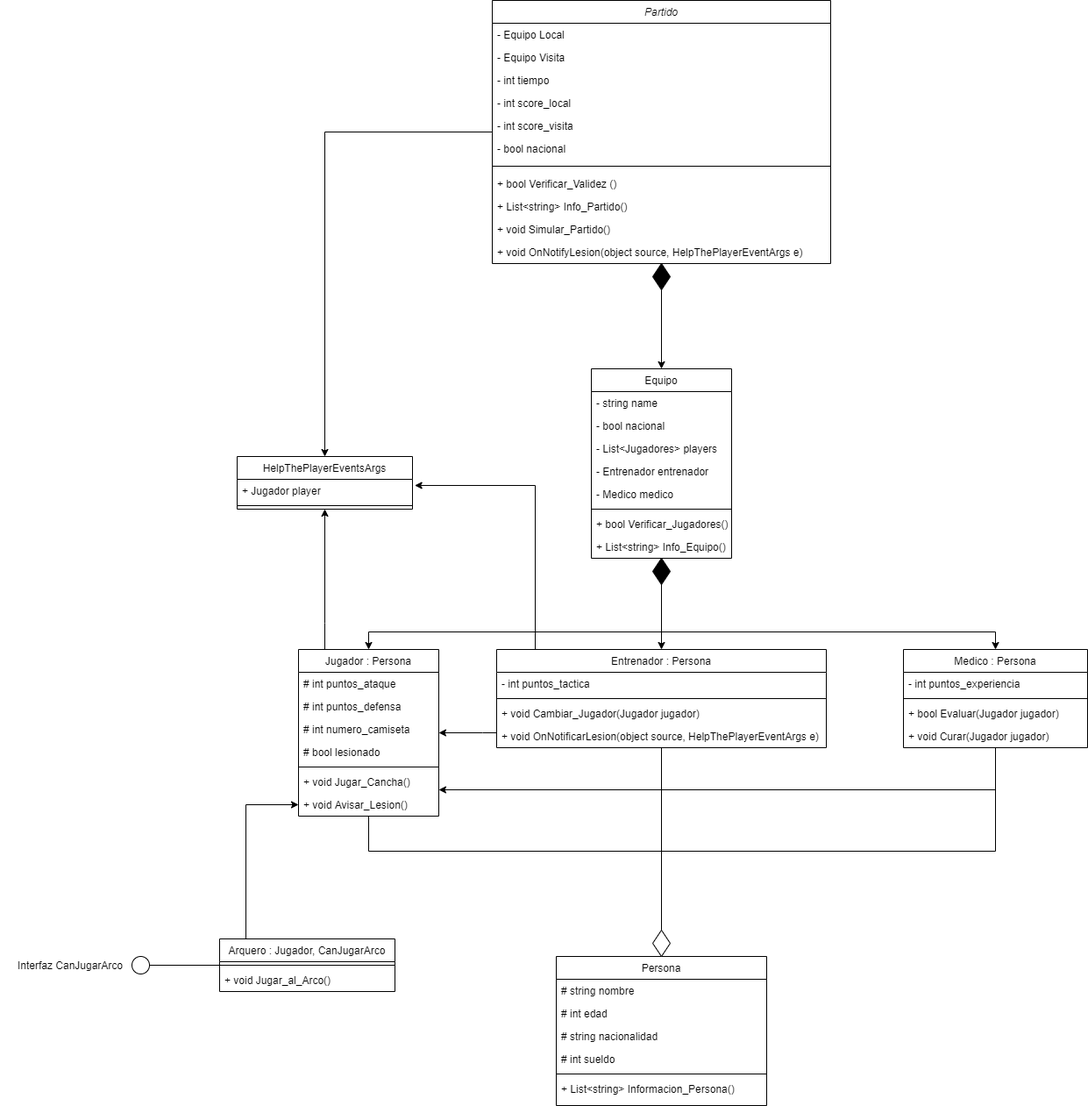
This is Diagrama Examen POO.png from ICC3101-202010/examen-RafaRuiz-Clavijo, a draw.io export, as it was before one commit. Source tidied: cells renumbered, new cells last; positions are measured from the earlier drawing's top-left corner, leaving out a move shared by most shapes.
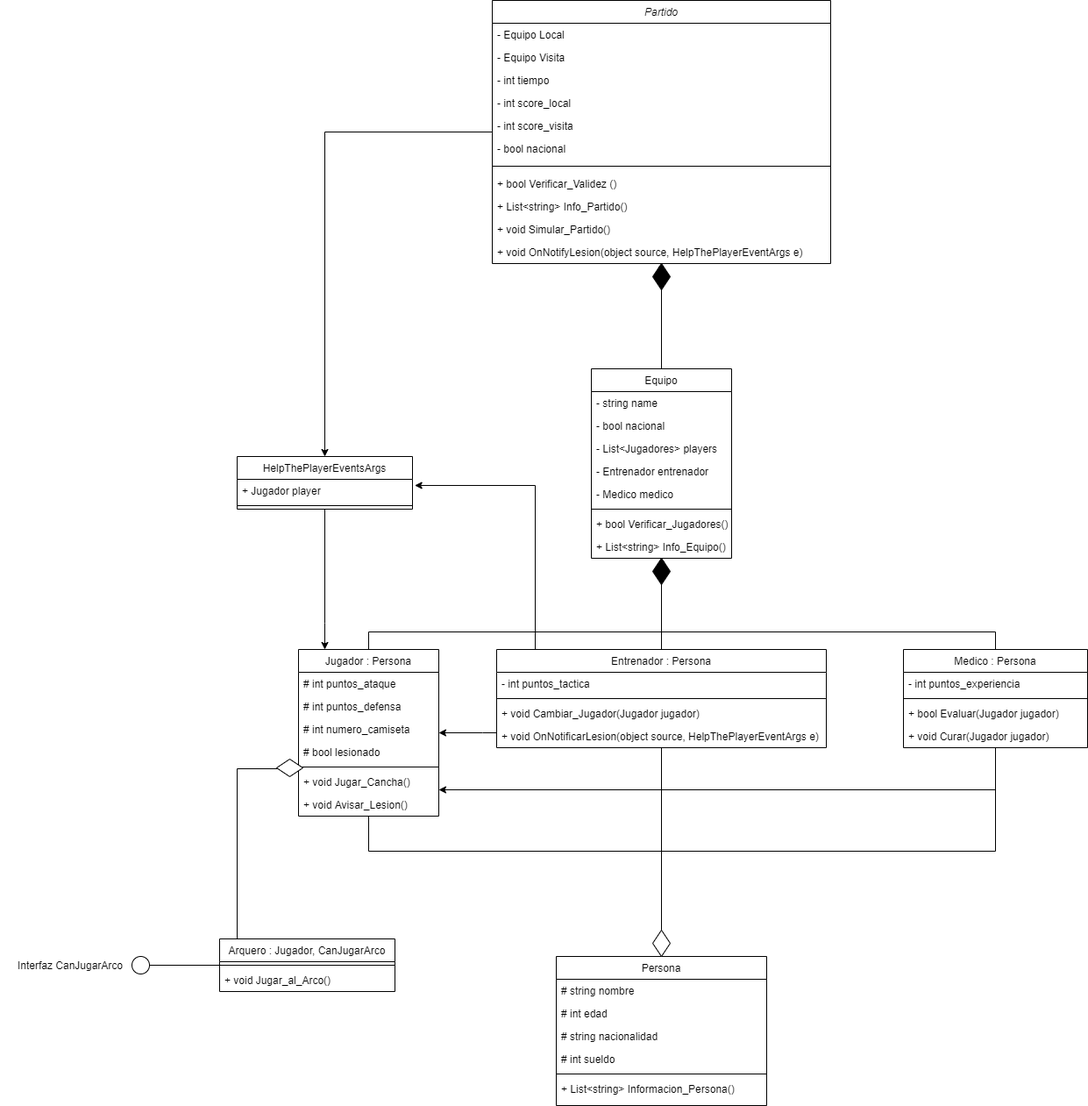
The same file after the commit.

Diff of the diagram source:
```diff
@@ -2,27 +2,32 @@
   <root>
     <mxCell id="0" />
     <mxCell id="1" parent="0" />
-    <mxCell id="2" style="edgeStyle=orthogonalEdgeStyle;rounded=0;jettySize=auto;html=1;" parent="1" edge="1" source="22" target="55">
+    <mxCell id="2" style="edgeStyle=orthogonalEdgeStyle;rounded=0;jettySize=auto;html=1;" parent="1" edge="1" source="55" target="22">
       <mxGeometry relative="1" as="geometry" />
     </mxCell>
-    <mxCell id="3" style="edgeStyle=orthogonalEdgeStyle;rounded=0;jettySize=auto;html=1;entryX=0.5;entryY=0;entryDx=0;entryDy=0;" parent="1" edge="1" source="22" target="45">
+    <mxCell id="3" style="edgeStyle=orthogonalEdgeStyle;rounded=0;jettySize=auto;html=1;exitX=0.5;exitY=0;exitDx=0;exitDy=0;" parent="1" edge="1" source="45" target="22">
       <mxGeometry relative="1" as="geometry">
         <Array as="points">
+          <mxPoint x="420" y="720" />
           <mxPoint x="754" y="720" />
-          <mxPoint x="420" y="720" />
         </Array>
       </mxGeometry>
     </mxCell>
-    <mxCell id="4" style="edgeStyle=orthogonalEdgeStyle;rounded=0;jettySize=auto;html=1;" parent="1" edge="1" source="69" target="61">
+    <mxCell id="4" style="edgeStyle=orthogonalEdgeStyle;rounded=0;jettySize=auto;html=1;entryX=0;entryY=0;entryDx=0;entryDy=0;" parent="1" edge="1" source="61" target="69">
       <mxGeometry relative="1" as="geometry">
         <Array as="points">
+          <mxPoint x="1135" y="720" />
           <mxPoint x="754" y="720" />
-          <mxPoint x="1135" y="720" />
+          <mxPoint x="754" y="644" />
         </Array>
       </mxGeometry>
     </mxCell>
-    <mxCell id="5" style="edgeStyle=orthogonalEdgeStyle;rounded=0;jettySize=auto;html=1;" parent="1" edge="1" source="70" target="22">
-      <mxGeometry relative="1" as="geometry" />
+    <mxCell id="5" style="edgeStyle=orthogonalEdgeStyle;rounded=0;jettySize=auto;html=1;entryX=1;entryY=0;entryDx=0;entryDy=0;" parent="1" edge="1" source="22" target="70">
+      <mxGeometry relative="1" as="geometry">
+        <Array as="points">
+          <mxPoint x="754" y="308" />
+        </Array>
+      </mxGeometry>
     </mxCell>
     <mxCell id="6" style="edgeStyle=orthogonalEdgeStyle;rounded=0;jettySize=auto;html=1;entryX=0.5;entryY=0;entryDx=0;entryDy=0;" parent="1" edge="1" source="7" target="19">
       <mxGeometry relative="1" as="geometry" />
@@ -120,13 +125,6 @@
         </Array>
       </mxGeometry>
     </mxCell>
-    <mxCell id="35" style="edgeStyle=orthogonalEdgeStyle;rounded=0;jettySize=auto;html=1;" parent="1" edge="1" source="66" target="52">
-      <mxGeometry relative="1" as="geometry">
-        <Array as="points">
-          <mxPoint x="280" y="917" />
-        </Array>
-      </mxGeometry>
-    </mxCell>
     <mxCell id="36" style="edgeStyle=orthogonalEdgeStyle;rounded=0;jettySize=auto;html=1;entryX=1;entryY=0.5;entryDx=0;entryDy=0;" parent="1" edge="1" source="66" target="31">
       <mxGeometry relative="1" as="geometry" />
     </mxCell>
@@ -151,7 +149,7 @@
     <mxCell id="43" value="+ List&lt;string&gt; Informacion_Persona()" style="text;align=left;verticalAlign=top;spacingLeft=4;spacingRight=4;overflow=hidden;rounded=0;shadow=0;html=0;" parent="37" vertex="1">
       <mxGeometry y="138" width="240" height="26" as="geometry" />
     </mxCell>
-    <mxCell id="44" style="edgeStyle=orthogonalEdgeStyle;rounded=0;jettySize=auto;html=1;entryX=0.5;entryY=1;entryDx=0;entryDy=0;" parent="1" edge="1" source="45" target="19">
+    <mxCell id="44" style="edgeStyle=orthogonalEdgeStyle;rounded=0;jettySize=auto;html=1;exitX=0.5;exitY=1;exitDx=0;exitDy=0;" parent="1" edge="1" source="19" target="45">
       <mxGeometry relative="1" as="geometry">
         <Array as="points">
           <mxPoint x="370" y="710" />
@@ -237,6 +235,13 @@
     <mxCell id="65" value="+ void Curar(Jugador jugador)" style="text;align=left;verticalAlign=top;spacingLeft=4;spacingRight=4;overflow=hidden;" parent="61" vertex="1">
       <mxGeometry y="86" width="210" height="26" as="geometry" />
     </mxCell>
+    <mxCell id="73" style="edgeStyle=orthogonalEdgeStyle;rounded=0;jettySize=auto;html=1;entryX=0.55;entryY=0.5;entryDx=0;entryDy=0;entryPerimeter=0;" parent="1" edge="1" source="66" target="74">
+      <mxGeometry relative="1" as="geometry">
+        <Array as="points">
+          <mxPoint x="270" y="876" />
+        </Array>
+      </mxGeometry>
+    </mxCell>
     <mxCell id="66" value="Arquero : Jugador, CanJugarArco" style="swimlane;fontStyle=0;align=center;verticalAlign=top;horizontal=1;startSize=26;rounded=0;shadow=0;strokeWidth=1;" parent="1" vertex="1">
       <mxGeometry x="250" y="1070" width="200" height="60" as="geometry" />
     </mxCell>
@@ -258,5 +263,8 @@
     <mxCell id="72" style="ellipse;whiteSpace=wrap;html=1;fillColor=#FFFFFF;gradientColor=#FFFFFF;" parent="1" vertex="1">
       <mxGeometry x="150" y="1090" width="20" height="20" as="geometry" />
     </mxCell>
+    <mxCell id="74" style="rhombus;whiteSpace=wrap;html=1;gradientDirection=north;fillColor=#FFFFFF;gradientColor=#FFFFFF;rotation=90;" parent="1" vertex="1">
+      <mxGeometry x="320" y="860" width="20" height="30" as="geometry" />
+    </mxCell>
   </root>
 </mxGraphModel>
```
